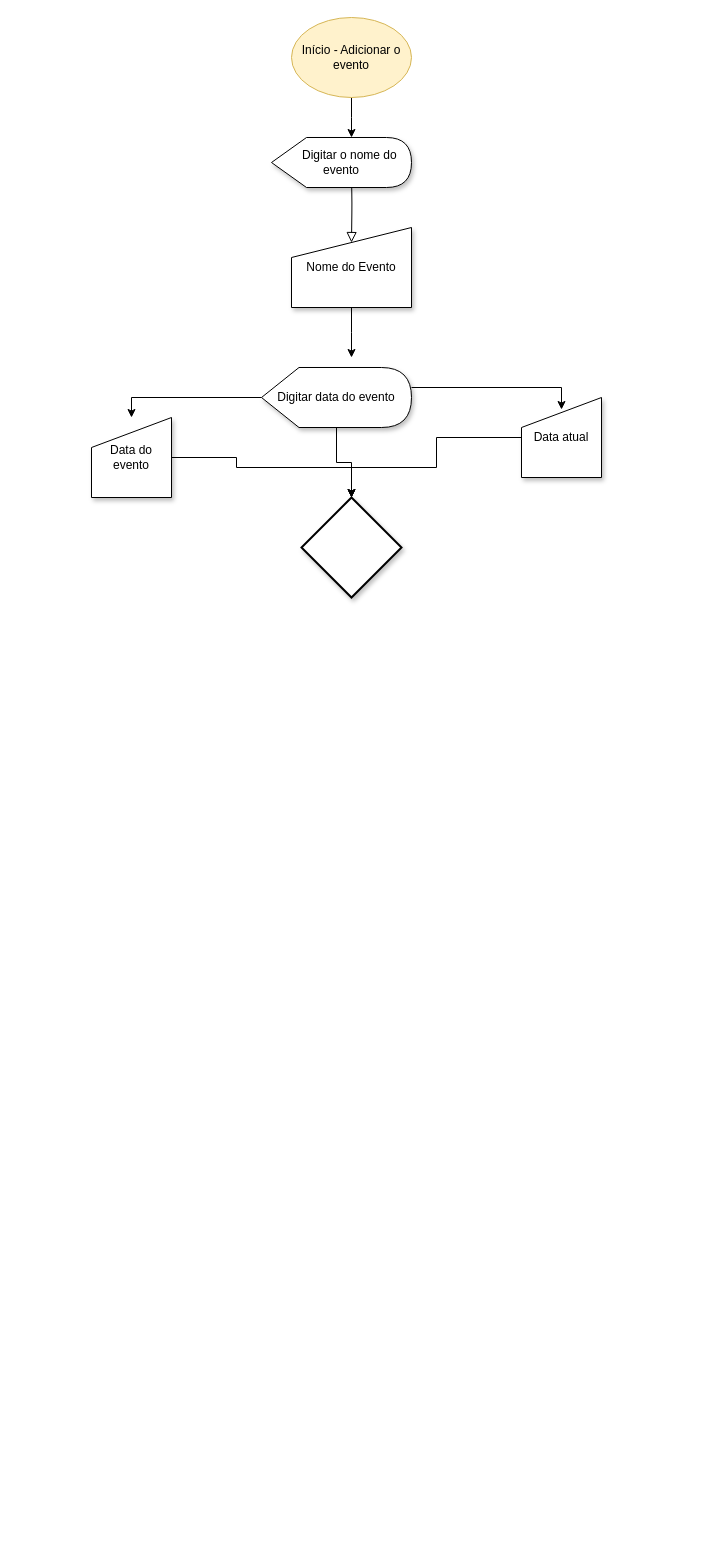
cquantica/trabalho-senai keeps this draw.io diagram as Untitled Diagram.drawio. Above is the earlier version. Source tidied: cells renumbered, new cells numbered last; positions are measured from the earlier drawing's top-left corner, leaving out a move shared by most shapes. Both pictures are drawn from the tidied source at 100%, with x=0, y=0 at pixel (91, 17).
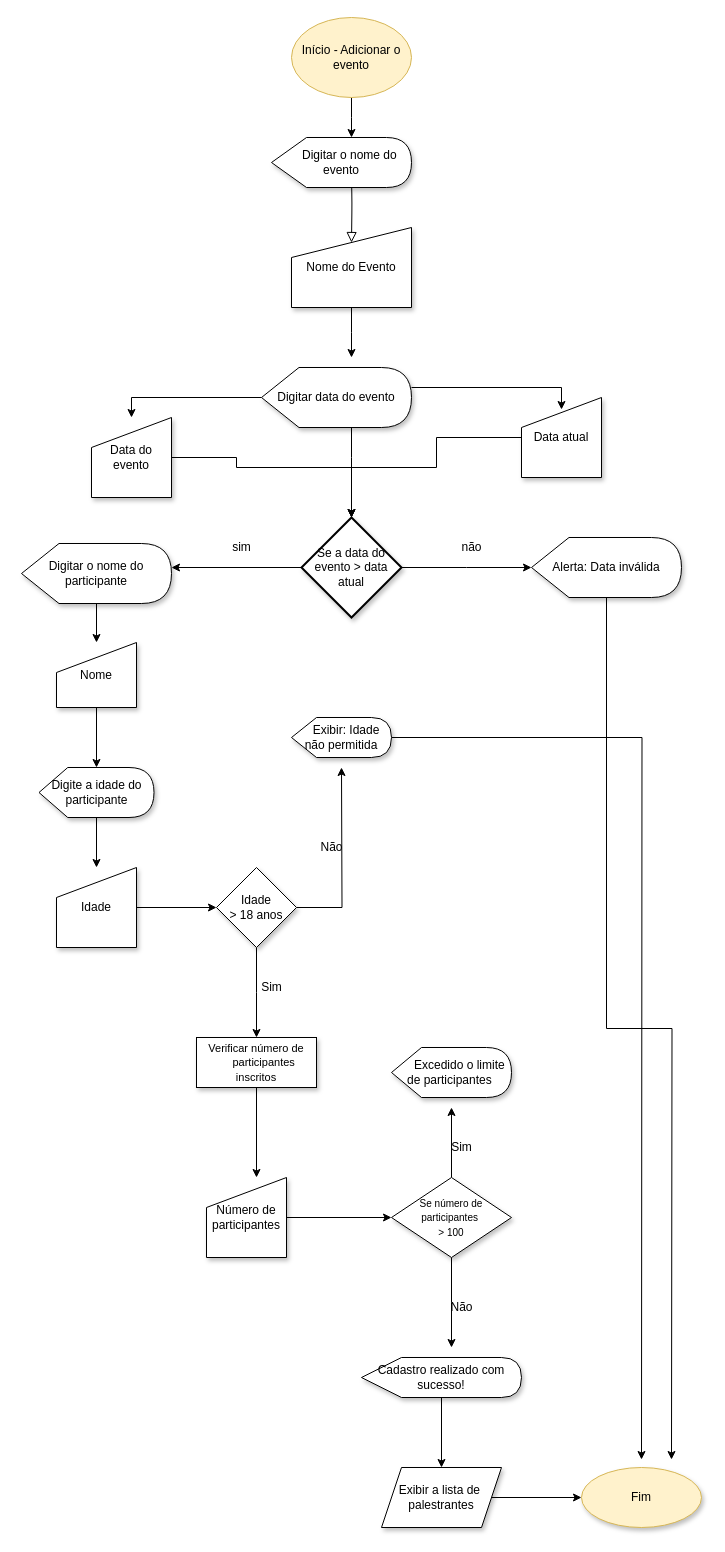
Above is the later version.

Unchanged cells that the change refers to:
```xml
<mxCell id="11" value="Digitar data do evento" style="shape=display;whiteSpace=wrap;html=1;shadow=1;glass=0;sketch=0;" parent="1" vertex="1">
  <mxGeometry x="170" y="350" width="150" height="60" as="geometry" />
</mxCell>
```

Change to the diagram source:
```diff
@@
     <mxCell id="10" style="edgeStyle=orthogonalEdgeStyle;rounded=0;jettySize=auto;html=1;" parent="1" edge="1" source="11" target="16">
-      <mxGeometry relative="1" as="geometry" />
+      <mxGeometry relative="1" as="geometry">
+        <Array as="points">
+          <mxPoint x="260" y="440" />
+          <mxPoint x="260" y="440" />
+        </Array>
+      </mxGeometry>
     </mxCell>
@@
+    <mxCell id="17" style="edgeStyle=orthogonalEdgeStyle;rounded=0;jettySize=auto;html=1;" parent="1" edge="1" source="16">
+      <mxGeometry relative="1" as="geometry">
+        <mxPoint x="440" y="550" as="targetPoint" />
+      </mxGeometry>
+    </mxCell>
+    <mxCell id="18" style="edgeStyle=orthogonalEdgeStyle;rounded=0;jettySize=auto;html=1;" parent="1" edge="1" source="16">
+      <mxGeometry relative="1" as="geometry">
+        <mxPoint x="80" y="550" as="targetPoint" />
+      </mxGeometry>
+    </mxCell>
-    <mxCell id="16" style="strokeWidth=2;html=1;shape=mxgraph.flowchart.decision;whiteSpace=wrap;shadow=1;glass=0;sketch=0;" parent="1" vertex="1">
-      <mxGeometry x="210" y="480" width="100" height="100" as="geometry" />
+    <mxCell id="16" value="Se a data do evento &amp;gt; data atual" style="strokeWidth=2;html=1;shape=mxgraph.flowchart.decision;whiteSpace=wrap;shadow=1;glass=0;sketch=0;" parent="1" vertex="1">
+      <mxGeometry x="210" y="500" width="100" height="100" as="geometry" />
     </mxCell>
+    <mxCell id="19" value="sim" style="text;html=1;align=center;verticalAlign=middle;strokeColor=none;" parent="1" vertex="1">
+      <mxGeometry x="135" y="520" width="30" height="20" as="geometry" />
+    </mxCell>
+    <mxCell id="20" value="não" style="text;html=1;align=center;verticalAlign=middle;strokeColor=none;" parent="1" vertex="1">
+      <mxGeometry x="360" y="520" width="40" height="20" as="geometry" />
+    </mxCell>
+    <mxCell id="21" style="edgeStyle=orthogonalEdgeStyle;rounded=0;jettySize=auto;html=1;" parent="1" edge="1" source="22" target="26">
+      <mxGeometry relative="1" as="geometry" />
+    </mxCell>
+    <mxCell id="22" value="Digitar o nome do participante" style="shape=display;whiteSpace=wrap;html=1;shadow=1;glass=0;sketch=0;" parent="1" vertex="1">
+      <mxGeometry x="-70" y="526" width="150" height="60" as="geometry" />
+    </mxCell>
+    <mxCell id="23" style="edgeStyle=orthogonalEdgeStyle;rounded=0;jettySize=auto;html=1;" parent="1" edge="1" source="24">
+      <mxGeometry relative="1" as="geometry">
+        <mxPoint x="580" y="1442" as="targetPoint" />
+      </mxGeometry>
+    </mxCell>
+    <mxCell id="24" value="Alerta: Data inválida" style="shape=display;whiteSpace=wrap;html=1;shadow=1;glass=0;sketch=0;" parent="1" vertex="1">
+      <mxGeometry x="440" y="520" width="150" height="60" as="geometry" />
+    </mxCell>
+    <mxCell id="25" style="edgeStyle=orthogonalEdgeStyle;rounded=0;jettySize=auto;html=1;" parent="1" edge="1" source="26" target="28">
+      <mxGeometry relative="1" as="geometry" />
+    </mxCell>
+    <mxCell id="26" value="Nome" style="shape=manualInput;whiteSpace=wrap;html=1;shadow=1;glass=0;sketch=0;" parent="1" vertex="1">
+      <mxGeometry x="-35" y="625" width="80" height="65" as="geometry" />
+    </mxCell>
+    <mxCell id="27" style="edgeStyle=orthogonalEdgeStyle;rounded=0;jettySize=auto;html=1;" parent="1" edge="1" source="28" target="30">
+      <mxGeometry relative="1" as="geometry" />
+    </mxCell>
+    <mxCell id="28" value="Digite a idade do participante" style="shape=display;whiteSpace=wrap;html=1;shadow=1;glass=0;sketch=0;" parent="1" vertex="1">
+      <mxGeometry x="-52.5" y="750" width="115" height="50" as="geometry" />
+    </mxCell>
+    <mxCell id="29" style="edgeStyle=orthogonalEdgeStyle;rounded=0;jettySize=auto;html=1;" parent="1" edge="1" source="30" target="33">
+      <mxGeometry relative="1" as="geometry" />
+    </mxCell>
+    <mxCell id="30" value="Idade" style="shape=manualInput;whiteSpace=wrap;html=1;shadow=1;glass=0;sketch=0;" parent="1" vertex="1">
+      <mxGeometry x="-35" y="850" width="80" height="80" as="geometry" />
+    </mxCell>
+    <mxCell id="31" style="edgeStyle=orthogonalEdgeStyle;rounded=0;jettySize=auto;html=1;" parent="1" edge="1" source="33">
+      <mxGeometry relative="1" as="geometry">
+        <mxPoint x="250" y="750" as="targetPoint" />
+      </mxGeometry>
+    </mxCell>
+    <mxCell id="32" style="edgeStyle=orthogonalEdgeStyle;rounded=0;jettySize=auto;html=1;" parent="1" edge="1" source="33">
+      <mxGeometry relative="1" as="geometry">
+        <mxPoint x="165" y="1020" as="targetPoint" />
+      </mxGeometry>
+    </mxCell>
+    <mxCell id="33" value="Idade &lt;br&gt;&amp;gt; 18 anos" style="rhombus;whiteSpace=wrap;html=1;shadow=1;glass=0;sketch=0;" parent="1" vertex="1">
+      <mxGeometry x="125" y="850" width="80" height="80" as="geometry" />
+    </mxCell>
+    <mxCell id="34" style="edgeStyle=orthogonalEdgeStyle;rounded=0;jettySize=auto;html=1;" parent="1" edge="1" source="35">
+      <mxGeometry relative="1" as="geometry">
+        <mxPoint x="550" y="1442" as="targetPoint" />
+      </mxGeometry>
+    </mxCell>
+    <mxCell id="35" value="&amp;nbsp; &amp;nbsp;Exibir: Idade não permitida" style="shape=display;whiteSpace=wrap;html=1;shadow=1;glass=0;sketch=0;" parent="1" vertex="1">
+      <mxGeometry x="200" y="700" width="100" height="40" as="geometry" />
+    </mxCell>
+    <mxCell id="36" value="Não" style="text;html=1;align=center;verticalAlign=middle;strokeColor=none;" parent="1" vertex="1">
+      <mxGeometry x="220" y="820" width="40" height="20" as="geometry" />
+    </mxCell>
+    <mxCell id="37" style="edgeStyle=orthogonalEdgeStyle;rounded=0;orthogonalLoop=1;jettySize=auto;html=1;" parent="1" edge="1">
+      <mxGeometry relative="1" as="geometry">
+        <mxPoint x="165" y="1070" as="sourcePoint" />
+        <mxPoint x="165" y="1160" as="targetPoint" />
+      </mxGeometry>
+    </mxCell>
+    <mxCell id="38" value="Sim" style="text;html=1;align=center;verticalAlign=middle;strokeColor=none;" parent="1" vertex="1">
+      <mxGeometry x="160" y="960" width="40" height="20" as="geometry" />
+    </mxCell>
+    <mxCell id="39" style="edgeStyle=orthogonalEdgeStyle;rounded=0;jettySize=auto;html=1;" parent="1" edge="1" source="40" target="43">
+      <mxGeometry relative="1" as="geometry" />
+    </mxCell>
+    <mxCell id="40" value="Número de&lt;br&gt;participantes" style="shape=manualInput;whiteSpace=wrap;html=1;shadow=1;glass=0;sketch=0;" parent="1" vertex="1">
+      <mxGeometry x="115" y="1160" width="80" height="80" as="geometry" />
+    </mxCell>
+    <mxCell id="41" style="edgeStyle=orthogonalEdgeStyle;rounded=0;jettySize=auto;html=1;" parent="1" edge="1" source="43">
+      <mxGeometry relative="1" as="geometry">
+        <mxPoint x="360" y="1090" as="targetPoint" />
+      </mxGeometry>
+    </mxCell>
+    <mxCell id="42" style="edgeStyle=orthogonalEdgeStyle;rounded=0;jettySize=auto;html=1;" parent="1" edge="1" source="43">
+      <mxGeometry relative="1" as="geometry">
+        <mxPoint x="360" y="1330" as="targetPoint" />
+      </mxGeometry>
+    </mxCell>
+    <mxCell id="43" value="&lt;font style=&quot;font-size: 10px&quot;&gt;Se número de participantes&amp;nbsp;&lt;br&gt;&amp;gt; 100&lt;/font&gt;" style="rhombus;whiteSpace=wrap;html=1;shadow=1;glass=0;sketch=0;" parent="1" vertex="1">
+      <mxGeometry x="300" y="1160" width="120" height="80" as="geometry" />
+    </mxCell>
+    <mxCell id="44" value="&amp;nbsp; &amp;nbsp; &amp;nbsp;Excedido o limite de participantes&amp;nbsp;" style="shape=display;whiteSpace=wrap;html=1;shadow=1;glass=0;sketch=0;" parent="1" vertex="1">
+      <mxGeometry x="300" y="1030" width="120" height="50" as="geometry" />
+    </mxCell>
+    <mxCell id="45" style="edgeStyle=orthogonalEdgeStyle;rounded=0;jettySize=auto;html=1;" parent="1" edge="1" source="46" target="50">
+      <mxGeometry relative="1" as="geometry" />
+    </mxCell>
+    <mxCell id="46" value="Cadastro realizado com sucesso!" style="shape=display;whiteSpace=wrap;html=1;shadow=1;glass=0;sketch=0;" parent="1" vertex="1">
+      <mxGeometry x="270" y="1340" width="160" height="40" as="geometry" />
+    </mxCell>
+    <mxCell id="47" value="Não" style="text;html=1;align=center;verticalAlign=middle;strokeColor=none;" parent="1" vertex="1">
+      <mxGeometry x="350" y="1280" width="40" height="20" as="geometry" />
+    </mxCell>
+    <mxCell id="48" value="Sim" style="text;html=1;align=center;verticalAlign=middle;strokeColor=none;" parent="1" vertex="1">
+      <mxGeometry x="350" y="1120" width="40" height="20" as="geometry" />
+    </mxCell>
+    <mxCell id="49" style="edgeStyle=orthogonalEdgeStyle;rounded=0;jettySize=auto;html=1;" parent="1" edge="1" source="50" target="52">
+      <mxGeometry relative="1" as="geometry" />
+    </mxCell>
+    <mxCell id="50" value="Exibir a lista de&amp;nbsp;&lt;br&gt;palestrantes" style="shape=parallelogram;perimeter=parallelogramPerimeter;whiteSpace=wrap;html=1;fixedSize=1;shadow=1;glass=0;sketch=0;" parent="1" vertex="1">
+      <mxGeometry x="290" y="1450" width="120" height="60" as="geometry" />
+    </mxCell>
+    <mxCell id="51" value="&lt;span style=&quot;font-size: 11px&quot;&gt;Verificar número de&lt;/span&gt;&lt;br style=&quot;font-size: 11px&quot;&gt;&lt;span style=&quot;font-size: 11px&quot;&gt;&amp;nbsp; &amp;nbsp; &amp;nbsp;participantes inscritos&lt;/span&gt;" style="rounded=0;whiteSpace=wrap;html=1;shadow=1;glass=0;sketch=0;" parent="1" vertex="1">
+      <mxGeometry x="105" y="1020" width="120" height="50" as="geometry" />
+    </mxCell>
+    <mxCell id="52" value="Fim" style="ellipse;whiteSpace=wrap;html=1;shadow=1;glass=0;sketch=0;fillColor=#fff2cc;strokeColor=#d6b656;" parent="1" vertex="1">
+      <mxGeometry x="490" y="1450" width="120" height="60" as="geometry" />
+    </mxCell>
```
